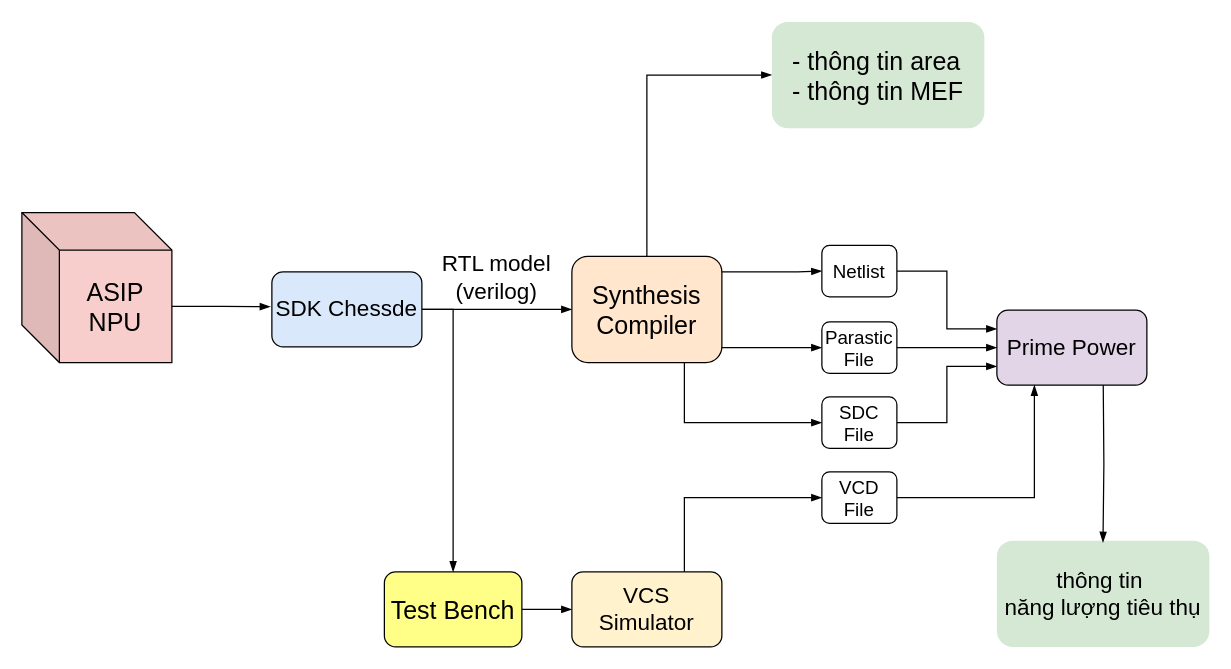
The draw.io diagram page "Page-1" (1 of 3) of Synthesis.drawio in hoangtv2000/document-collection, before the edit. Source tidied: cells renumbered, new cells numbered last; positions are measured from the earlier drawing's top-left corner, leaving out a move shared by most shapes. Both pictures are drawn from the tidied source at 125%, with x=0, y=0 at pixel (21, 21).
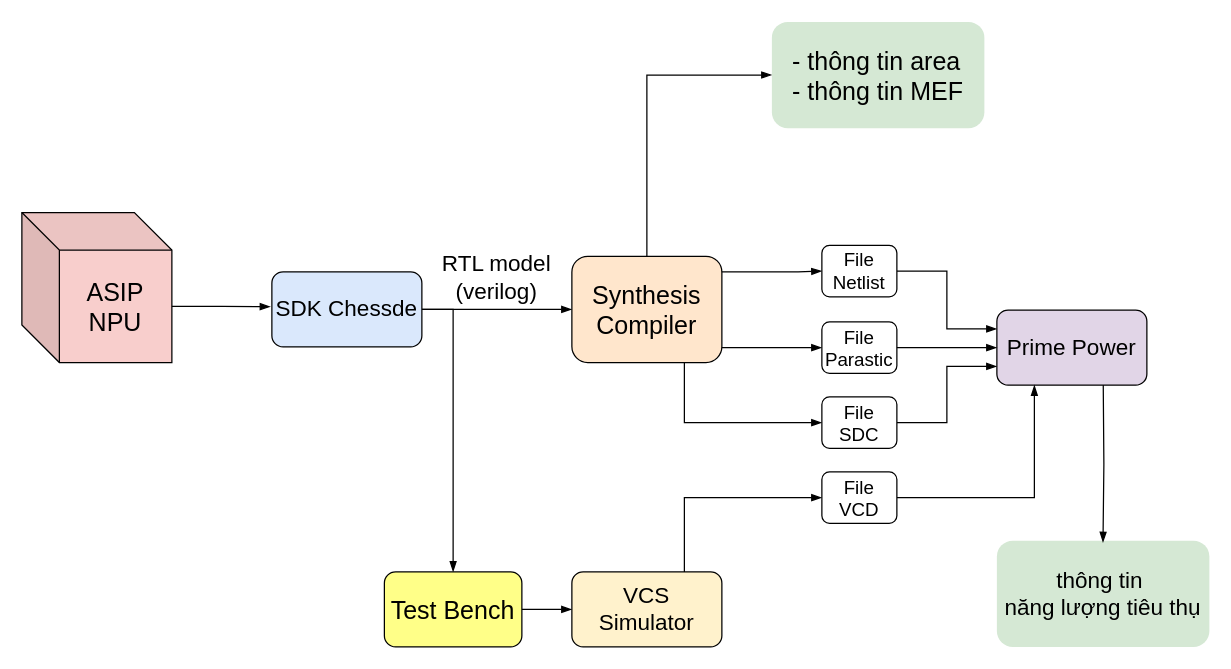
Above is the later version.

The edit, as a diff of the source:
```diff
@@
-    <mxCell id="17" value="&lt;font style=&quot;font-size: 15px;&quot;&gt;Netlist&lt;/font&gt;" style="rounded=1;whiteSpace=wrap;html=1;fontFamily=Helvetica;fontSize=11;fontColor=default;labelBackgroundColor=default;" parent="1" vertex="1">
+    <mxCell id="17" value="&lt;div&gt;&lt;font style=&quot;font-size: 15px;&quot;&gt;File&lt;/font&gt;&lt;/div&gt;&lt;font style=&quot;font-size: 15px;&quot;&gt;Netlist&lt;/font&gt;" style="rounded=1;whiteSpace=wrap;html=1;fontFamily=Helvetica;fontSize=11;fontColor=default;labelBackgroundColor=default;" parent="1" vertex="1">
       <mxGeometry x="640" y="178.8" width="60" height="41.2" as="geometry" />
     </mxCell>
-    <mxCell id="18" value="&lt;font style=&quot;font-size: 15px;&quot;&gt;Parastic&lt;/font&gt;&lt;div style=&quot;font-size: 15px;&quot;&gt;&lt;font style=&quot;font-size: 15px;&quot;&gt;File&lt;/font&gt;&lt;/div&gt;" style="rounded=1;whiteSpace=wrap;html=1;fontFamily=Helvetica;fontSize=11;fontColor=default;labelBackgroundColor=default;" parent="1" vertex="1">
+    <mxCell id="18" value="&lt;div&gt;&lt;font style=&quot;font-size: 15px;&quot;&gt;File&lt;/font&gt;&lt;/div&gt;&lt;font style=&quot;font-size: 15px;&quot;&gt;Parastic&lt;/font&gt;" style="rounded=1;whiteSpace=wrap;html=1;fontFamily=Helvetica;fontSize=11;fontColor=default;labelBackgroundColor=default;" parent="1" vertex="1">
       <mxGeometry x="640" y="240" width="60" height="41.2" as="geometry" />
     </mxCell>
@@
-    <mxCell id="20" value="&lt;span style=&quot;font-size: 15px;&quot;&gt;SDC&lt;/span&gt;&lt;div&gt;&lt;span style=&quot;font-size: 15px;&quot;&gt;File&lt;/span&gt;&lt;/div&gt;" style="rounded=1;whiteSpace=wrap;html=1;fontFamily=Helvetica;fontSize=11;fontColor=default;labelBackgroundColor=default;" parent="1" vertex="1">
+    <mxCell id="20" value="&lt;div&gt;&lt;span style=&quot;font-size: 15px;&quot;&gt;File&lt;/span&gt;&lt;/div&gt;&lt;span style=&quot;font-size: 15px;&quot;&gt;SDC&lt;/span&gt;" style="rounded=1;whiteSpace=wrap;html=1;fontFamily=Helvetica;fontSize=11;fontColor=default;labelBackgroundColor=default;" parent="1" vertex="1">
       <mxGeometry x="640" y="300" width="60" height="41.2" as="geometry" />
     </mxCell>
@@
-    <mxCell id="26" value="&lt;span style=&quot;font-size: 15px;&quot;&gt;VCD&lt;/span&gt;&lt;div&gt;&lt;span style=&quot;font-size: 15px;&quot;&gt;File&lt;/span&gt;&lt;/div&gt;" style="rounded=1;whiteSpace=wrap;html=1;fontFamily=Helvetica;fontSize=11;fontColor=default;labelBackgroundColor=default;" parent="1" vertex="1">
+    <mxCell id="26" value="&lt;div&gt;&lt;span style=&quot;font-size: 15px;&quot;&gt;File&lt;/span&gt;&lt;/div&gt;&lt;span style=&quot;font-size: 15px;&quot;&gt;VCD&lt;/span&gt;" style="rounded=1;whiteSpace=wrap;html=1;fontFamily=Helvetica;fontSize=11;fontColor=default;labelBackgroundColor=default;" parent="1" vertex="1">
       <mxGeometry x="640" y="360" width="60" height="41.2" as="geometry" />
     </mxCell>
```
